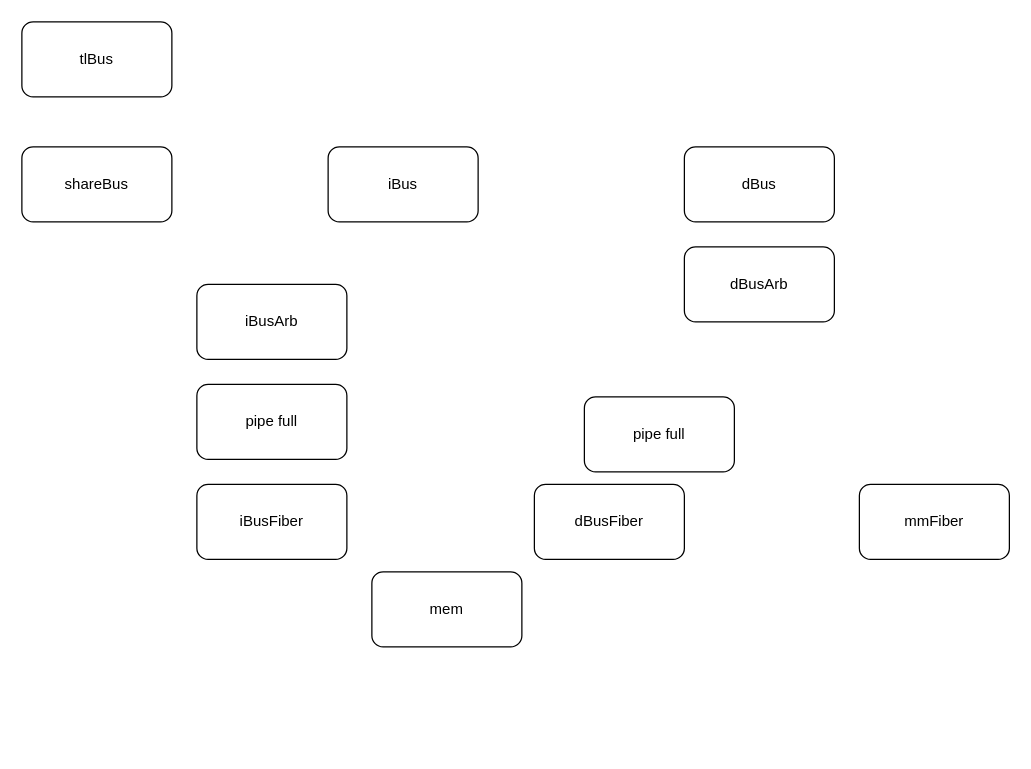
ethanlee515/riscq keeps this draw.io diagram as bus.drawio. Above is the earlier version. Source tidied: cells renumbered, new cells numbered last; positions are measured from the earlier drawing's top-left corner, leaving out a move shared by most shapes. Both pictures are drawn from the tidied source at 125%, with x=0, y=0 at pixel (21, 21).
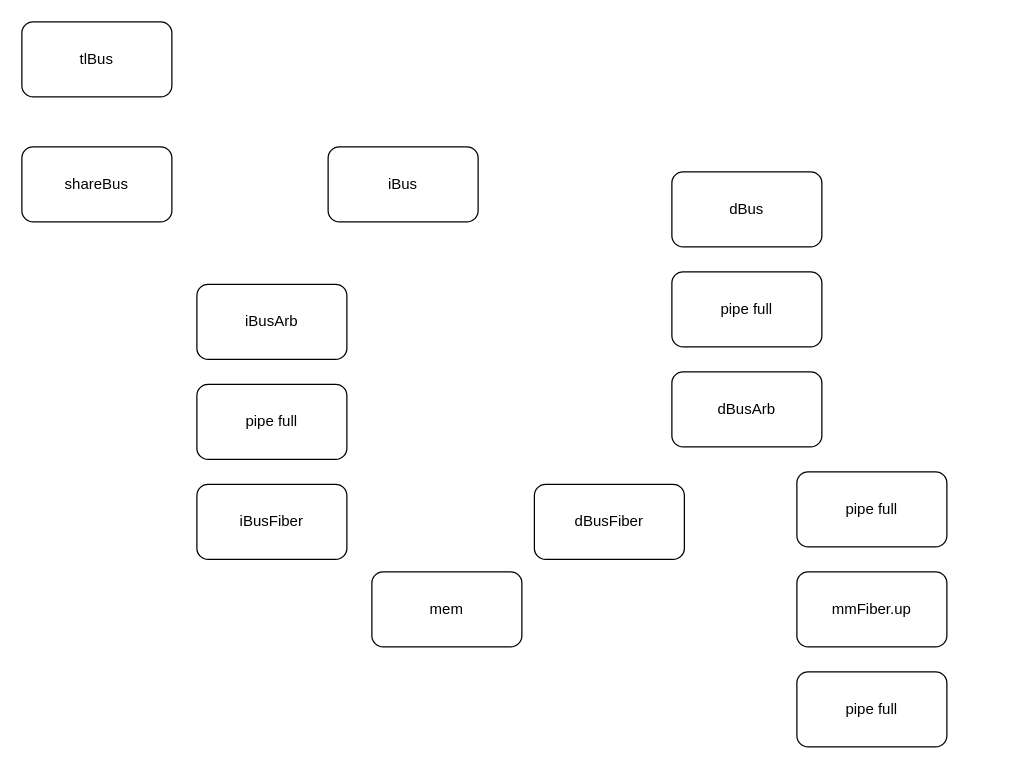
The same page after the edit.

What changed in the source:
```diff
@@
 <mxGraphModel>
   <root>
     <mxCell id="0" />
     <mxCell id="1" parent="0" />
     <mxCell id="2" value="mem" style="rounded=1;whiteSpace=wrap;html=1;" parent="1" vertex="1">
       <mxGeometry x="280" y="440" width="120" height="60" as="geometry" />
     </mxCell>
     <mxCell id="3" value="dBusArb" style="rounded=1;whiteSpace=wrap;html=1;" parent="1" vertex="1">
-      <mxGeometry x="530" y="180" width="120" height="60" as="geometry" />
+      <mxGeometry x="520" y="280" width="120" height="60" as="geometry" />
     </mxCell>
     <mxCell id="4" value="iBusArb" style="rounded=1;whiteSpace=wrap;html=1;" parent="1" vertex="1">
       <mxGeometry x="140" y="210" width="120" height="60" as="geometry" />
     </mxCell>
     <mxCell id="5" value="iBus" style="rounded=1;whiteSpace=wrap;html=1;" parent="1" vertex="1">
       <mxGeometry x="245" y="100" width="120" height="60" as="geometry" />
     </mxCell>
     <mxCell id="6" value="dBus" style="rounded=1;whiteSpace=wrap;html=1;" parent="1" vertex="1">
-      <mxGeometry x="530" y="100" width="120" height="60" as="geometry" />
+      <mxGeometry x="520" y="120" width="120" height="60" as="geometry" />
     </mxCell>
     <mxCell id="7" value="shareBus" style="rounded=1;whiteSpace=wrap;html=1;" parent="1" vertex="1">
       <mxGeometry y="100" width="120" height="60" as="geometry" />
     </mxCell>
     <mxCell id="8" value="iBusFiber" style="rounded=1;whiteSpace=wrap;html=1;" parent="1" vertex="1">
       <mxGeometry x="140" y="370" width="120" height="60" as="geometry" />
     </mxCell>
     <mxCell id="9" value="dBusFiber" style="rounded=1;whiteSpace=wrap;html=1;" parent="1" vertex="1">
       <mxGeometry x="410" y="370" width="120" height="60" as="geometry" />
     </mxCell>
     <mxCell id="10" value="pipe full" style="rounded=1;whiteSpace=wrap;html=1;" parent="1" vertex="1">
-      <mxGeometry x="450" y="300" width="120" height="60" as="geometry" />
+      <mxGeometry x="520" y="200" width="120" height="60" as="geometry" />
     </mxCell>
     <mxCell id="11" value="pipe full" style="rounded=1;whiteSpace=wrap;html=1;" parent="1" vertex="1">
       <mxGeometry x="140" y="290" width="120" height="60" as="geometry" />
     </mxCell>
     <mxCell id="12" value="tlBus" style="rounded=1;whiteSpace=wrap;html=1;" parent="1" vertex="1">
       <mxGeometry width="120" height="60" as="geometry" />
     </mxCell>
-    <mxCell id="13" value="mmFiber" style="rounded=1;whiteSpace=wrap;html=1;" parent="1" vertex="1">
-      <mxGeometry x="670" y="370" width="120" height="60" as="geometry" />
+    <mxCell id="13" value="mmFiber.up" style="rounded=1;whiteSpace=wrap;html=1;" parent="1" vertex="1">
+      <mxGeometry x="620" y="440" width="120" height="60" as="geometry" />
     </mxCell>
+    <mxCell id="14" value="pipe full" style="rounded=1;whiteSpace=wrap;html=1;" parent="1" vertex="1">
+      <mxGeometry x="620" y="360" width="120" height="60" as="geometry" />
+    </mxCell>
+    <mxCell id="15" value="pipe full" style="rounded=1;whiteSpace=wrap;html=1;" parent="1" vertex="1">
+      <mxGeometry x="620" y="520" width="120" height="60" as="geometry" />
+    </mxCell>
   </root>
 </mxGraphModel>
```
